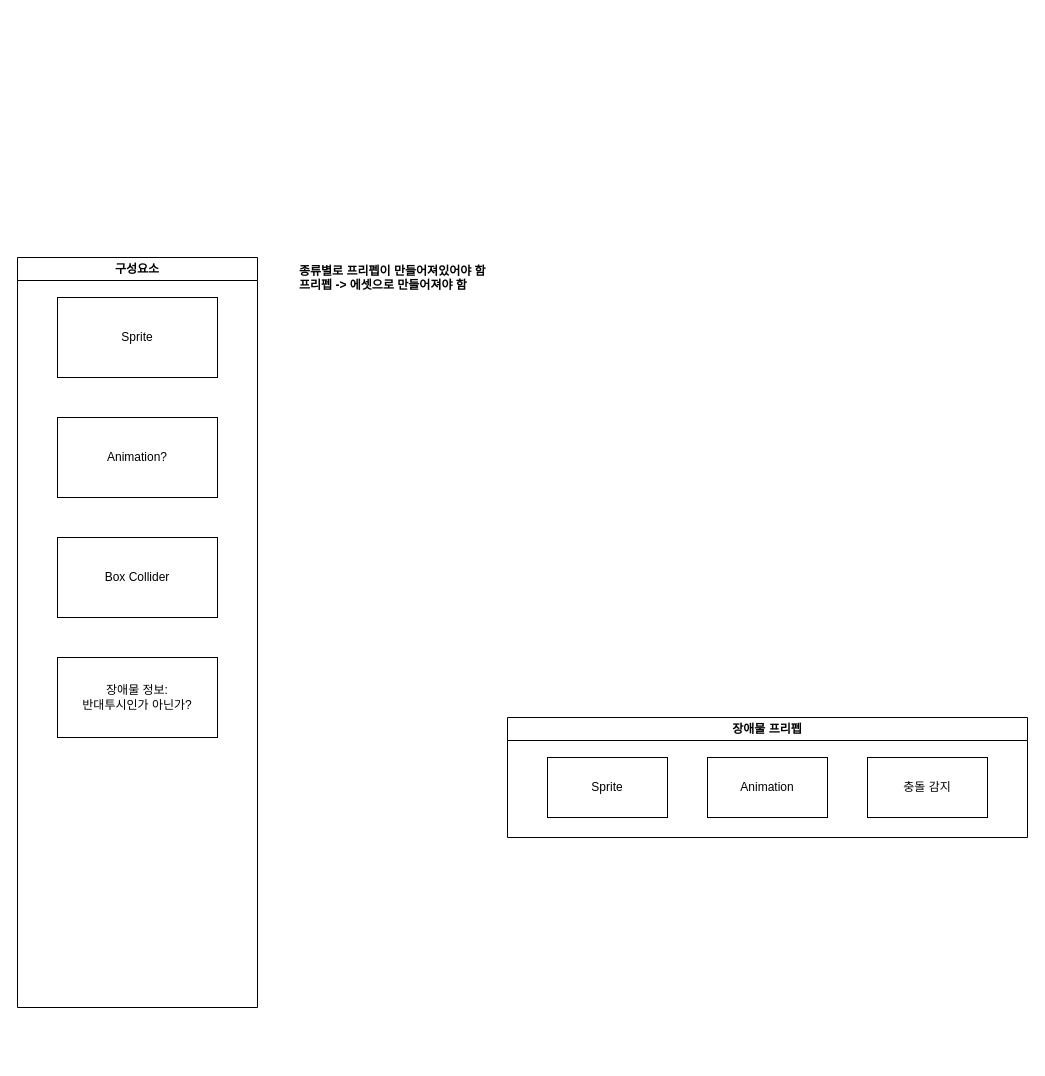
This is page "ObstaclePrefab" (6 of 6) of documents/Overall System For Map system.drawio from VanSubstance/To-the-North, a draw.io file, before an edit. Source tidied: cells renumbered, new cells numbered last; positions are measured from the earlier drawing's top-left corner, leaving out a move shared by most shapes. Both pictures are drawn from the tidied source at 100%, with x=0, y=0 at pixel (17, 257).
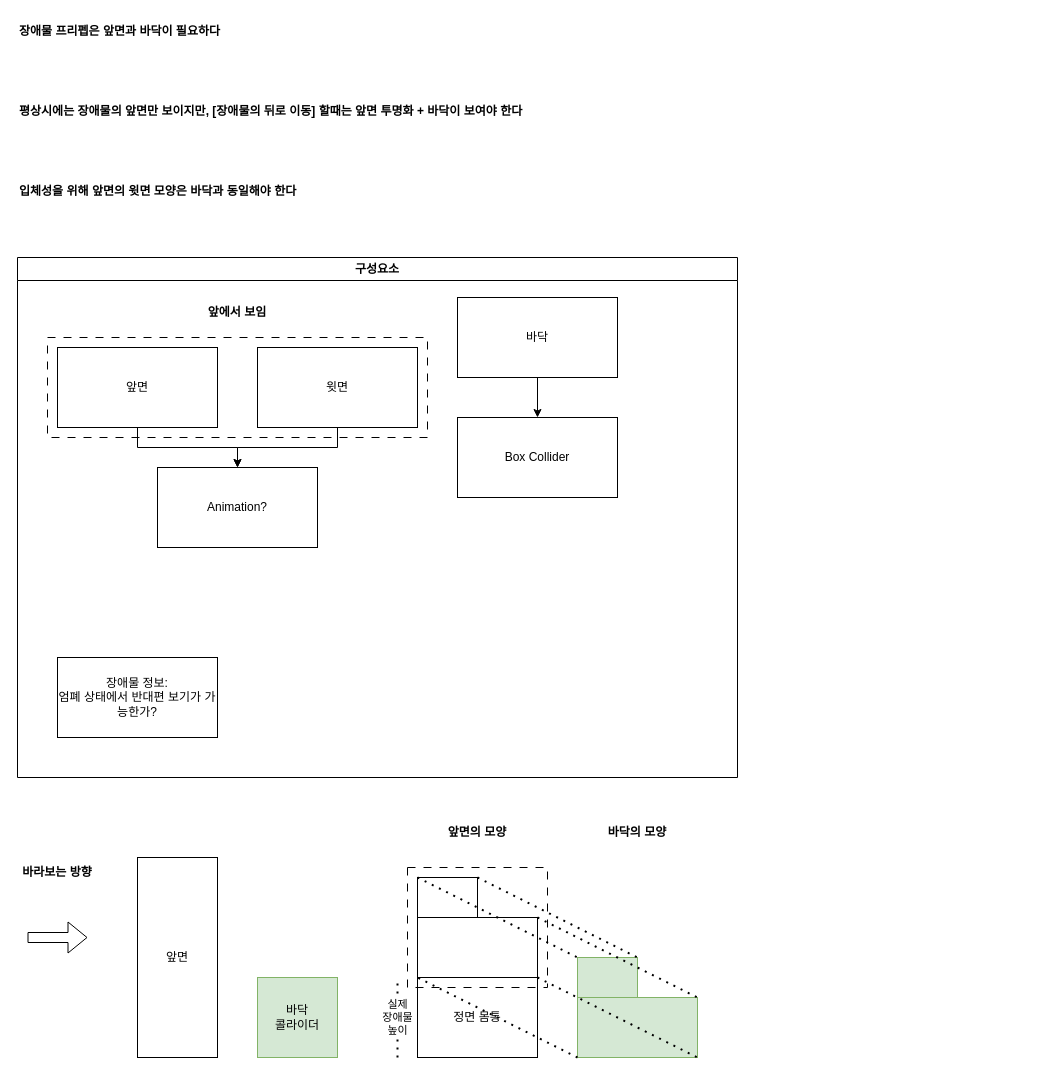
The same diagram, later.

Change to the diagram source:
```diff
@@
-    <mxCell id="2" value="장애물 프리펩" style="swimlane;whiteSpace=wrap;html=1;" parent="1" vertex="1">
-      <mxGeometry x="490" y="460" width="520" height="120" as="geometry" />
-    </mxCell>
-    <mxCell id="3" value="Sprite" style="rounded=0;whiteSpace=wrap;html=1;" parent="2" vertex="1">
-      <mxGeometry x="40" y="40" width="120" height="60" as="geometry" />
-    </mxCell>
-    <mxCell id="4" value="충돌 감지" style="rounded=0;whiteSpace=wrap;html=1;" parent="2" vertex="1">
-      <mxGeometry x="360" y="40" width="120" height="60" as="geometry" />
-    </mxCell>
-    <mxCell id="5" value="Animation" style="rounded=0;whiteSpace=wrap;html=1;" parent="2" vertex="1">
-      <mxGeometry x="200" y="40" width="120" height="60" as="geometry" />
-    </mxCell>
     <mxCell id="6" value="구성요소" style="swimlane;whiteSpace=wrap;html=1;" parent="1" vertex="1">
-      <mxGeometry width="240" height="750" as="geometry" />
+      <mxGeometry width="720" height="520" as="geometry" />
     </mxCell>
+    <mxCell id="12" style="edgeStyle=orthogonalEdgeStyle;rounded=0;jettySize=auto;html=1;" parent="6" edge="1" source="7" target="8">
+      <mxGeometry relative="1" as="geometry" />
+    </mxCell>
-    <mxCell id="7" value="Sprite" style="rounded=0;whiteSpace=wrap;html=1;" parent="6" vertex="1">
-      <mxGeometry x="40" y="40" width="160" height="80" as="geometry" />
+    <mxCell id="7" value="앞면" style="rounded=0;whiteSpace=wrap;html=1;" parent="6" vertex="1">
+      <mxGeometry x="40" y="90" width="160" height="80" as="geometry" />
     </mxCell>
     <mxCell id="8" value="Animation?" style="rounded=0;whiteSpace=wrap;html=1;" parent="6" vertex="1">
-      <mxGeometry x="40" y="160" width="160" height="80" as="geometry" />
+      <mxGeometry x="140" y="210" width="160" height="80" as="geometry" />
     </mxCell>
     <mxCell id="9" value="Box Collider" style="rounded=0;whiteSpace=wrap;html=1;" parent="6" vertex="1">
-      <mxGeometry x="40" y="280" width="160" height="80" as="geometry" />
+      <mxGeometry x="440" y="160" width="160" height="80" as="geometry" />
     </mxCell>
-    <mxCell id="10" value="장애물 정보:&lt;br&gt;반대투시인가 아닌가?" style="rounded=0;whiteSpace=wrap;html=1;" parent="6" vertex="1">
+    <mxCell id="10" value="장애물 정보:&lt;br&gt;엄폐 상태에서 반대편 보기가 가능한가?" style="rounded=0;whiteSpace=wrap;html=1;" parent="6" vertex="1">
       <mxGeometry x="40" y="400" width="160" height="80" as="geometry" />
     </mxCell>
-    <mxCell id="11" value="종류별로 프리펩이 만들어져있어야 함&lt;br&gt;프리펩 -&amp;gt; 에셋으로 만들어져야 함" style="text;html=1;strokeColor=none;fillColor=none;align=left;verticalAlign=top;whiteSpace=wrap;rounded=0;fontStyle=1;" parent="1" vertex="1">
-      <mxGeometry x="280" width="240" height="160" as="geometry" />
-    </mxCell>
+    <mxCell id="13" style="edgeStyle=orthogonalEdgeStyle;rounded=0;jettySize=auto;html=1;" parent="6" edge="1" source="14" target="9">
+      <mxGeometry relative="1" as="geometry" />
+    </mxCell>
+    <mxCell id="14" value="바닥" style="rounded=0;whiteSpace=wrap;html=1;" parent="6" vertex="1">
+      <mxGeometry x="440" y="40" width="160" height="80" as="geometry" />
+    </mxCell>
+    <mxCell id="15" style="edgeStyle=orthogonalEdgeStyle;rounded=0;jettySize=auto;html=1;" parent="6" edge="1" source="16" target="8">
+      <mxGeometry relative="1" as="geometry" />
+    </mxCell>
+    <mxCell id="16" value="윗면" style="rounded=0;whiteSpace=wrap;html=1;" parent="6" vertex="1">
+      <mxGeometry x="240" y="90" width="160" height="80" as="geometry" />
+    </mxCell>
+    <mxCell id="17" value="앞에서 보임" style="text;html=1;strokeColor=none;fillColor=none;align=center;verticalAlign=middle;whiteSpace=wrap;rounded=0;fontStyle=1;" parent="6" vertex="1">
+      <mxGeometry x="160" y="40" width="120" height="30" as="geometry" />
+    </mxCell>
+    <mxCell id="18" value="장애물 프리펩은 앞면과 바닥이 필요하다" style="text;html=1;strokeColor=none;fillColor=none;align=left;verticalAlign=top;whiteSpace=wrap;rounded=0;fontStyle=1;" parent="1" vertex="1">
+      <mxGeometry y="-240" width="600" height="40" as="geometry" />
+    </mxCell>
+    <mxCell id="19" value="평상시에는 장애물의 앞면만 보이지만, [장애물의 뒤로 이동] 할때는 앞면 투명화 + 바닥이 보여야 한다" style="text;html=1;strokeColor=none;fillColor=none;align=left;verticalAlign=top;whiteSpace=wrap;rounded=0;fontStyle=1;" parent="1" vertex="1">
+      <mxGeometry y="-160" width="600" height="40" as="geometry" />
+    </mxCell>
+    <mxCell id="20" value="앞면" style="rounded=0;whiteSpace=wrap;html=1;" parent="1" vertex="1">
+      <mxGeometry x="120" y="600" width="80" height="200" as="geometry" />
+    </mxCell>
+    <mxCell id="21" style="shape=flexArrow;endArrow=classic;html=1;rounded=0;" parent="1" edge="1">
+      <mxGeometry relative="1" as="geometry">
+        <mxPoint x="10" y="680" as="sourcePoint" />
+        <mxPoint x="70" y="680" as="targetPoint" />
+      </mxGeometry>
+    </mxCell>
+    <mxCell id="22" value="바라보는 방향" style="text;html=1;strokeColor=none;fillColor=none;align=center;verticalAlign=middle;whiteSpace=wrap;rounded=0;fontStyle=1;" parent="1" vertex="1">
+      <mxGeometry y="600" width="80" height="30" as="geometry" />
+    </mxCell>
+    <mxCell id="23" value="바닥&lt;br&gt;콜라이더" style="rounded=0;whiteSpace=wrap;html=1;fillColor=#d5e8d4;strokeColor=#82b366;" parent="1" vertex="1">
+      <mxGeometry x="240" y="720" width="80" height="80" as="geometry" />
+    </mxCell>
+    <mxCell id="24" value="입체성을 위해 앞면의 윗면 모양은 바닥과 동일해야 한다" style="text;html=1;strokeColor=none;fillColor=none;align=left;verticalAlign=top;whiteSpace=wrap;rounded=0;fontStyle=1;" parent="1" vertex="1">
+      <mxGeometry y="-80" width="600" height="40" as="geometry" />
+    </mxCell>
+    <mxCell id="25" style="rounded=0;whiteSpace=wrap;html=1;" parent="1" vertex="1">
+      <mxGeometry x="400" y="660" width="120" height="60" as="geometry" />
+    </mxCell>
+    <mxCell id="26" style="rounded=0;whiteSpace=wrap;html=1;" parent="1" vertex="1">
+      <mxGeometry x="400" y="620" width="60" height="40" as="geometry" />
+    </mxCell>
+    <mxCell id="27" value="앞면의 모양" style="text;html=1;strokeColor=none;fillColor=none;align=center;verticalAlign=middle;whiteSpace=wrap;rounded=0;fontStyle=1;" parent="1" vertex="1">
+      <mxGeometry x="400" y="560" width="120" height="30" as="geometry" />
+    </mxCell>
+    <mxCell id="28" value="바닥의 모양" style="text;html=1;strokeColor=none;fillColor=none;align=center;verticalAlign=middle;whiteSpace=wrap;rounded=0;fontStyle=1;" parent="1" vertex="1">
+      <mxGeometry x="560" y="560" width="120" height="30" as="geometry" />
+    </mxCell>
+    <mxCell id="29" value="정면 몸통" style="rounded=0;whiteSpace=wrap;html=1;" parent="1" vertex="1">
+      <mxGeometry x="400" y="720" width="120" height="80" as="geometry" />
+    </mxCell>
+    <mxCell id="30" style="rounded=0;whiteSpace=wrap;html=1;fillColor=#d5e8d4;strokeColor=#82b366;" parent="1" vertex="1">
+      <mxGeometry x="560" y="740" width="120" height="60" as="geometry" />
+    </mxCell>
+    <mxCell id="31" style="rounded=0;whiteSpace=wrap;html=1;fillColor=#d5e8d4;strokeColor=#82b366;" parent="1" vertex="1">
+      <mxGeometry x="560" y="700" width="60" height="40" as="geometry" />
+    </mxCell>
+    <mxCell id="32" style="rounded=0;whiteSpace=wrap;html=1;fillColor=none;dashed=1;dashPattern=8 8;" parent="1" vertex="1">
+      <mxGeometry x="390" y="610" width="140" height="120" as="geometry" />
+    </mxCell>
+    <mxCell id="33" style="endArrow=none;dashed=1;html=1;dashPattern=1 3;strokeWidth=2;rounded=0;exitX=0;exitY=1;exitDx=0;exitDy=0;entryX=0;entryY=0;entryDx=0;entryDy=0;" parent="1" edge="1" source="30" target="29">
+      <mxGeometry relative="1" as="geometry" />
+    </mxCell>
+    <mxCell id="34" style="endArrow=none;dashed=1;html=1;dashPattern=1 3;strokeWidth=2;rounded=0;entryX=1;entryY=1;entryDx=0;entryDy=0;exitX=1;exitY=0;exitDx=0;exitDy=0;" parent="1" edge="1" source="29" target="30">
+      <mxGeometry relative="1" as="geometry" />
+    </mxCell>
+    <mxCell id="35" style="endArrow=none;dashed=1;html=1;dashPattern=1 3;strokeWidth=2;rounded=0;entryX=1;entryY=0;entryDx=0;entryDy=0;exitX=1;exitY=0;exitDx=0;exitDy=0;" parent="1" edge="1" source="25" target="30">
+      <mxGeometry relative="1" as="geometry" />
+    </mxCell>
+    <mxCell id="36" style="endArrow=none;dashed=1;html=1;dashPattern=1 3;strokeWidth=2;rounded=0;entryX=0;entryY=0;entryDx=0;entryDy=0;exitX=0;exitY=0;exitDx=0;exitDy=0;" parent="1" edge="1" source="26" target="31">
+      <mxGeometry relative="1" as="geometry" />
+    </mxCell>
+    <mxCell id="37" style="endArrow=none;dashed=1;html=1;dashPattern=1 3;strokeWidth=2;rounded=0;entryX=1;entryY=0;entryDx=0;entryDy=0;exitX=1;exitY=0;exitDx=0;exitDy=0;" parent="1" edge="1" source="26" target="31">
+      <mxGeometry relative="1" as="geometry" />
+    </mxCell>
+    <mxCell id="38" value="실제&lt;br&gt;장애물&lt;br&gt;높이" style="endArrow=none;dashed=1;html=1;dashPattern=1 3;strokeWidth=2;rounded=0;" parent="1" edge="1">
+      <mxGeometry relative="1" as="geometry">
+        <mxPoint x="380" y="800" as="sourcePoint" />
+        <mxPoint x="380" y="720" as="targetPoint" />
+      </mxGeometry>
+    </mxCell>
+    <mxCell id="39" style="rounded=0;whiteSpace=wrap;html=1;fillColor=none;dashed=1;dashPattern=8 8;" parent="1" vertex="1">
+      <mxGeometry x="30" y="80" width="380" height="100" as="geometry" />
+    </mxCell>
```
